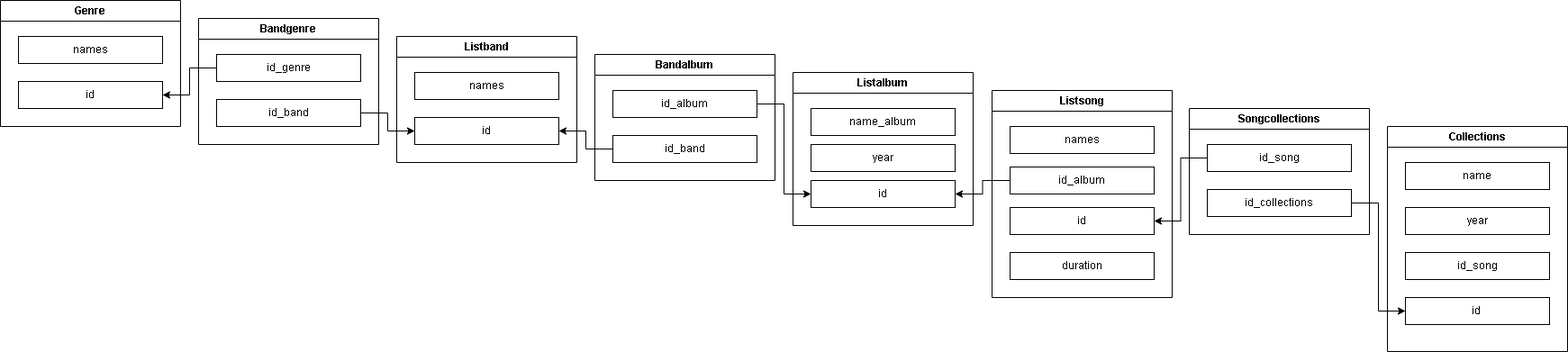
Above: домашняя работа базы данных.drawio.png in leognid/sqlBAND (draw.io), before the change. Source tidied: cells renumbered, new cells last; positions are measured from the earlier drawing's top-left corner, leaving out a move shared by most shapes.
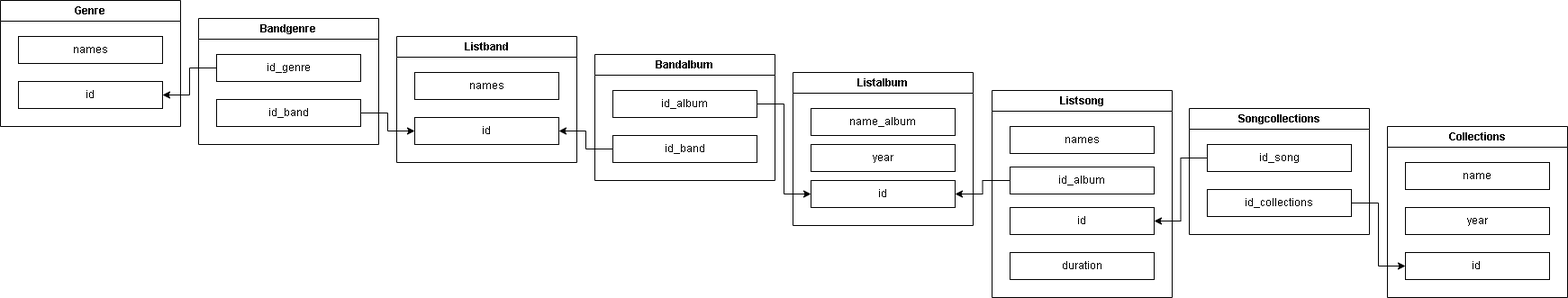
After the commit.

The edit, as a diff of the source:
```diff
@@ -75,7 +75,7 @@
       <mxGeometry x="20" y="90" width="160" height="30" as="geometry" />
     </mxCell>
     <mxCell id="26" value="Collections" style="swimlane;whiteSpace=wrap;html=1;startSize=23;" parent="1" vertex="1">
-      <mxGeometry x="1540" y="140" width="200" height="250" as="geometry" />
+      <mxGeometry x="1540" y="140" width="200" height="190" as="geometry" />
     </mxCell>
     <mxCell id="27" value="name" style="rounded=0;whiteSpace=wrap;html=1;" parent="26" vertex="1">
       <mxGeometry x="20" y="40" width="160" height="30" as="geometry" />
@@ -83,11 +83,8 @@
     <mxCell id="28" value="year" style="rounded=0;whiteSpace=wrap;html=1;" parent="26" vertex="1">
       <mxGeometry x="20" y="90" width="160" height="30" as="geometry" />
     </mxCell>
-    <mxCell id="29" value="id_song" style="rounded=0;whiteSpace=wrap;html=1;" parent="26" vertex="1">
-      <mxGeometry x="20" y="140" width="160" height="30" as="geometry" />
-    </mxCell>
     <mxCell id="30" value="id&amp;nbsp;" style="rounded=0;whiteSpace=wrap;html=1;" parent="26" vertex="1">
-      <mxGeometry x="20" y="190" width="160" height="30" as="geometry" />
+      <mxGeometry x="20" y="140" width="160" height="30" as="geometry" />
     </mxCell>
     <mxCell id="31" style="edgeStyle=orthogonalEdgeStyle;rounded=0;jettySize=auto;html=1;exitX=0;exitY=0.5;exitDx=0;exitDy=0;entryX=1;entryY=0.5;entryDx=0;entryDy=0;" parent="1" edge="1" source="18" target="4">
       <mxGeometry relative="1" as="geometry" />
```
